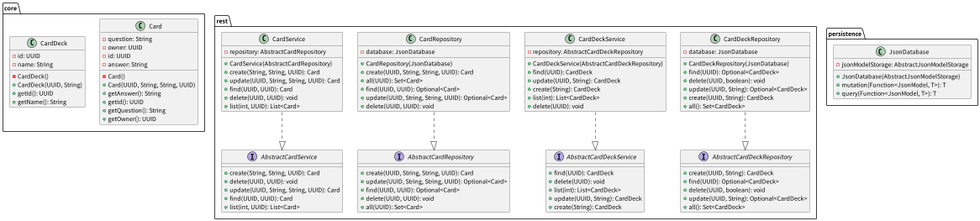
junlarsen/it1901 keeps this PlantUML diagram as docs/release3/class.png. Above is the earlier version. The source it was exported from:
```plantuml
@startuml

class core.Card {
  - Card()
  + Card(UUID, String, String, UUID)
  - question: String
  - owner: UUID
  - id: UUID
  - answer: String
  + getAnswer(): String
  + getId(): UUID
  + getQuestion(): String
  + getOwner(): UUID
}

class core.CardDeck {
  - CardDeck()
  + CardDeck(UUID, String)
  - id: UUID
  - name: String
  + getId(): UUID
  + getName(): String
}

interface rest.AbstractCardDeckRepository {
  + create(UUID, String): CardDeck
  + find(UUID): Optional<CardDeck>
  + delete(UUID, boolean): void
  + update(UUID, String): Optional<CardDeck>
  + all(): Set<CardDeck>
}

interface rest.AbstractCardDeckService {
  + find(UUID): CardDeck
  + delete(UUID): void
  + list(int): List<CardDeck>
  + update(UUID, String): CardDeck
  + create(String): CardDeck
}

interface rest.AbstractCardRepository {
  + create(UUID, String, String, UUID): Card
  + update(UUID, String, String, UUID): Optional<Card>
  + find(UUID, UUID): Optional<Card>
  + delete(UUID, UUID): void
  + all(UUID): Set<Card>
}

interface rest.AbstractCardService {
  + create(String, String, UUID): Card
  + delete(UUID, UUID): void
  + update(UUID, String, String, UUID): Card
  + find(UUID, UUID): Card
  + list(int, UUID): List<Card>
}

class rest.CardDeckRepository {
  + CardDeckRepository(JsonDatabase)
  - database: JsonDatabase
  + find(UUID): Optional<CardDeck>
  + delete(UUID, boolean): void
  + update(UUID, String): Optional<CardDeck>
  + create(UUID, String): CardDeck
  + all(): Set<CardDeck>
}

class rest.CardDeckService {
  + CardDeckService(AbstractCardDeckRepository)
  - repository: AbstractCardDeckRepository
  + find(UUID): CardDeck
  + update(UUID, String): CardDeck
  + create(String): CardDeck
  + list(int): List<CardDeck>
  + delete(UUID): void
}

class rest.CardRepository {
  + CardRepository(JsonDatabase)
  - database: JsonDatabase
  + create(UUID, String, String, UUID): Card
  + all(UUID): Set<Card>
  + find(UUID, UUID): Optional<Card>
  + update(UUID, String, String, UUID): Optional<Card>
  + delete(UUID, UUID): void
}
class rest.CardService {
  + CardService(AbstractCardRepository)
  - repository: AbstractCardRepository
  + create(String, String, UUID): Card
  + update(UUID, String, String, UUID): Card
  + find(UUID, UUID): Card
  + delete(UUID, UUID): void
  + list(int, UUID): List<Card>
}

class persistence.JsonDatabase {
  + JsonDatabase(AbstractJsonModelStorage)
  - jsonModelStorage: AbstractJsonModelStorage
  + mutation(Function<JsonModel, T>): T
  + query(Function<JsonModel, T>): T
}

rest.CardDeckRepository            -[dashed]-^  rest.AbstractCardDeckRepository
rest.CardDeckService               -[dashed]-^  rest.AbstractCardDeckService
rest.CardRepository                -[dashed]-^  rest.AbstractCardRepository
rest.CardService                   -[dashed]-^  rest.AbstractCardService
@enduml
```
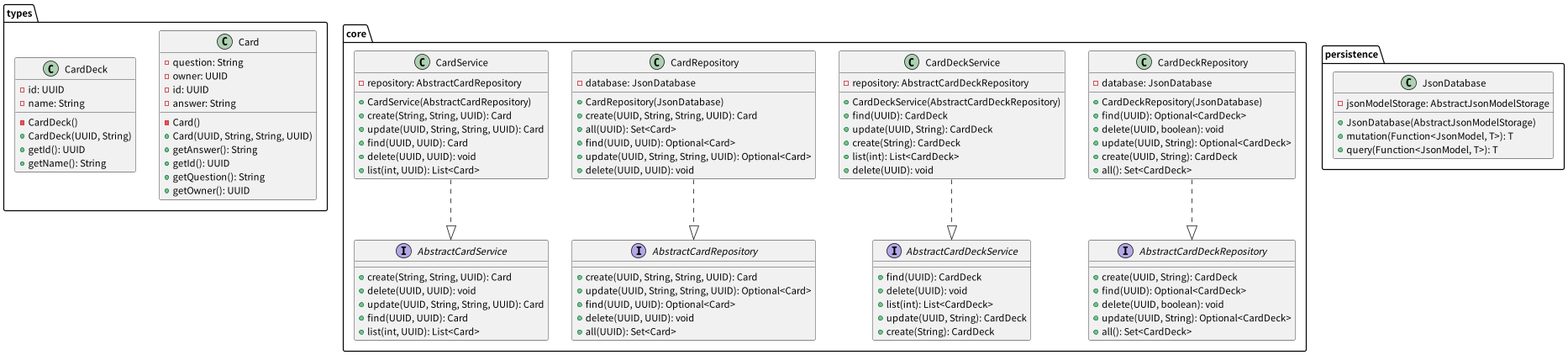
Later version of the same file.

The edit, as a diff of the source:
```diff
@@ -1,6 +1,6 @@
 @startuml
 
-class core.Card {
+class types.Card {
   - Card()
   + Card(UUID, String, String, UUID)
   - question: String
@@ -13,7 +13,7 @@
   + getOwner(): UUID
 }
 
-class core.CardDeck {
+class types.CardDeck {
   - CardDeck()
   + CardDeck(UUID, String)
   - id: UUID
@@ -22,7 +22,7 @@
   + getName(): String
 }
 
-interface rest.AbstractCardDeckRepository {
+interface core.AbstractCardDeckRepository {
   + create(UUID, String): CardDeck
   + find(UUID): Optional<CardDeck>
   + delete(UUID, boolean): void
@@ -30,7 +30,7 @@
   + all(): Set<CardDeck>
 }
 
-interface rest.AbstractCardDeckService {
+interface core.AbstractCardDeckService {
   + find(UUID): CardDeck
   + delete(UUID): void
   + list(int): List<CardDeck>
@@ -38,7 +38,7 @@
   + create(String): CardDeck
 }
 
-interface rest.AbstractCardRepository {
+interface core.AbstractCardRepository {
   + create(UUID, String, String, UUID): Card
   + update(UUID, String, String, UUID): Optional<Card>
   + find(UUID, UUID): Optional<Card>
@@ -46,7 +46,7 @@
   + all(UUID): Set<Card>
 }
 
-interface rest.AbstractCardService {
+interface core.AbstractCardService {
   + create(String, String, UUID): Card
   + delete(UUID, UUID): void
   + update(UUID, String, String, UUID): Card
@@ -54,7 +54,7 @@
   + list(int, UUID): List<Card>
 }
 
-class rest.CardDeckRepository {
+class core.CardDeckRepository {
   + CardDeckRepository(JsonDatabase)
   - database: JsonDatabase
   + find(UUID): Optional<CardDeck>
@@ -64,7 +64,7 @@
   + all(): Set<CardDeck>
 }
 
-class rest.CardDeckService {
+class core.CardDeckService {
   + CardDeckService(AbstractCardDeckRepository)
   - repository: AbstractCardDeckRepository
   + find(UUID): CardDeck
@@ -74,7 +74,7 @@
   + delete(UUID): void
 }
 
-class rest.CardRepository {
+class core.CardRepository {
   + CardRepository(JsonDatabase)
   - database: JsonDatabase
   + create(UUID, String, String, UUID): Card
@@ -83,7 +83,8 @@
   + update(UUID, String, String, UUID): Optional<Card>
   + delete(UUID, UUID): void
 }
-class rest.CardService {
+
+class core.CardService {
   + CardService(AbstractCardRepository)
   - repository: AbstractCardRepository
   + create(String, String, UUID): Card
@@ -100,8 +101,9 @@
   + query(Function<JsonModel, T>): T
 }
 
-rest.CardDeckRepository            -[dashed]-^  rest.AbstractCardDeckRepository
-rest.CardDeckService               -[dashed]-^  rest.AbstractCardDeckService
-rest.CardRepository                -[dashed]-^  rest.AbstractCardRepository
-rest.CardService                   -[dashed]-^  rest.AbstractCardService
+core.CardDeckRepository            -[dashed]-^  core.AbstractCardDeckRepository
+core.CardDeckService               -[dashed]-^  core.AbstractCardDeckService
+core.CardRepository                -[dashed]-^  core.AbstractCardRepository
+core.CardService                   -[dashed]-^  core.AbstractCardService
+
 @enduml
```
